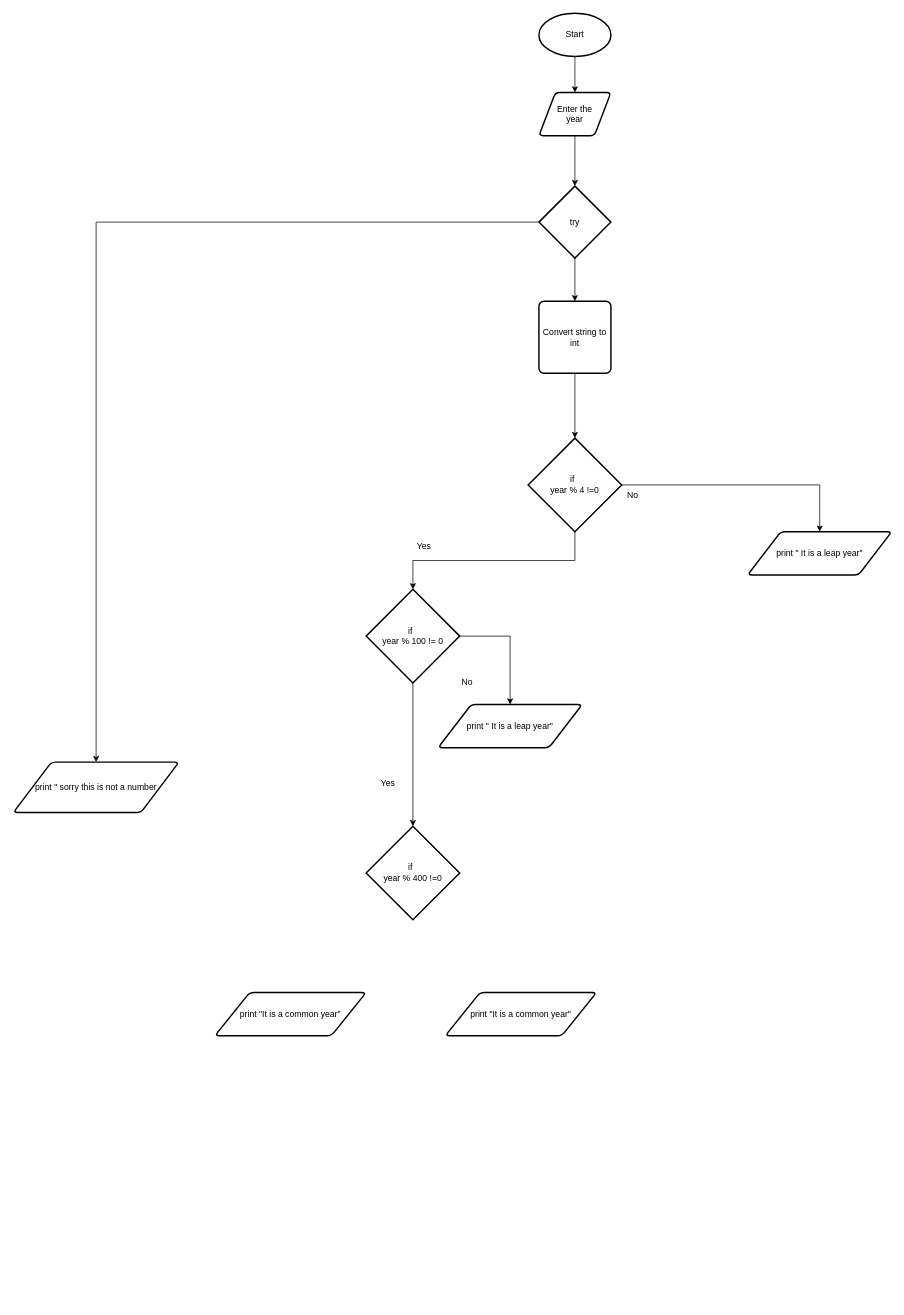
This is Flow-chart.drawio from huihangisaac-ho/ICS3U-Unit3-08-Python, a draw.io file, before an edit. Source tidied: cells renumbered, new cells numbered last; positions are measured from the earlier drawing's top-left corner, leaving out a move shared by most shapes. Both pictures are drawn from the tidied source at 72%, with x=0, y=0 at pixel (13, 13).
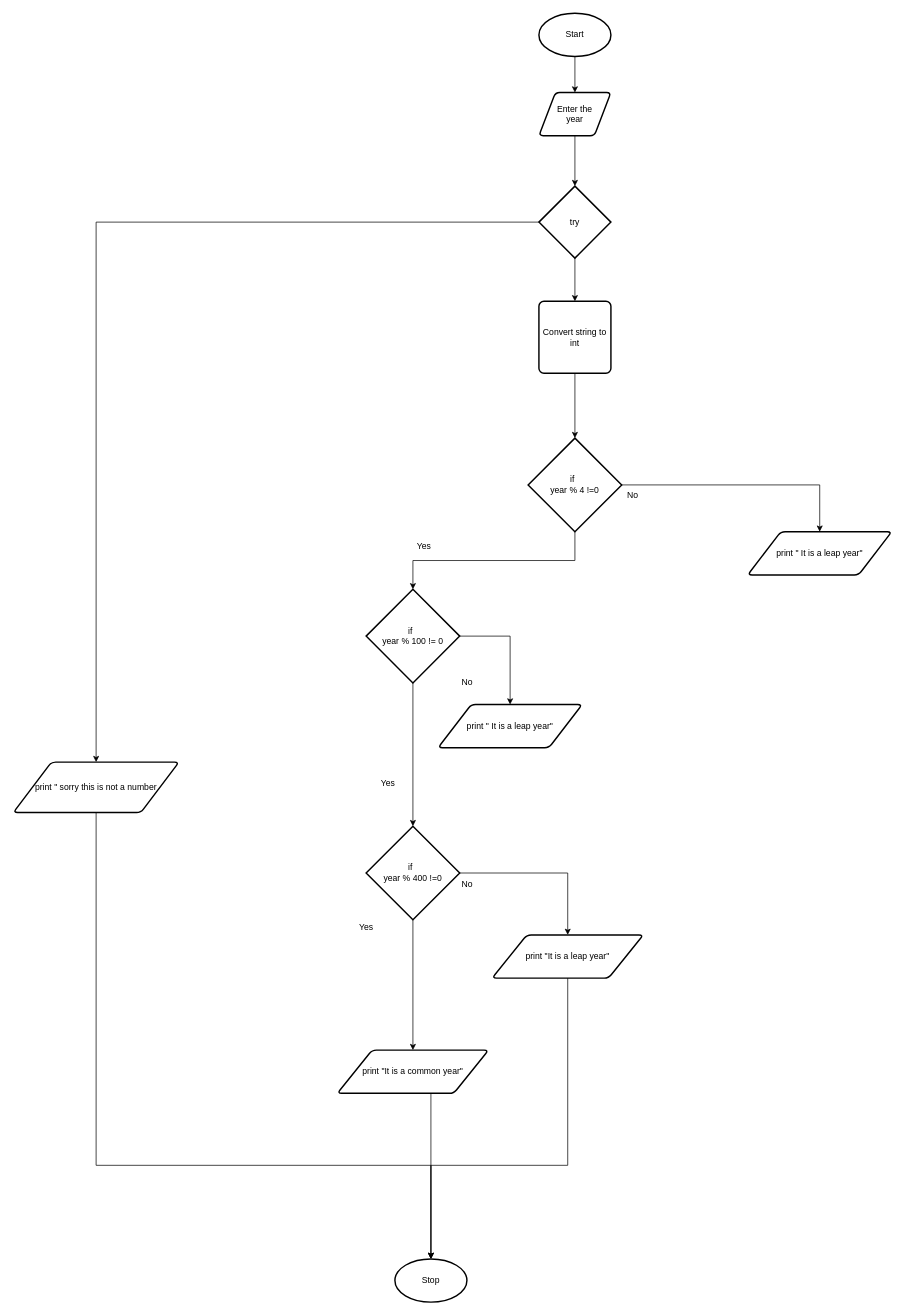
The same diagram, later.

Unchanged cells that the change refers to:
```xml
<mxCell id="17" value="if&amp;nbsp;&amp;nbsp;&lt;br&gt;year % 400 !=0" style="strokeWidth=2;html=1;shape=mxgraph.flowchart.decision;whiteSpace=wrap;" parent="1" vertex="1">
  <mxGeometry x="490" y="1129" width="130" height="130" as="geometry" />
</mxCell>
<mxCell id="19" value="print &quot; sorry this is not a number" style="shape=parallelogram;html=1;strokeWidth=2;perimeter=parallelogramPerimeter;whiteSpace=wrap;rounded=1;arcSize=12;size=0.23;" parent="1" vertex="1">
  <mxGeometry y="1040" width="230" height="70" as="geometry" />
</mxCell>
```

Change to the diagram source:
```diff
@@
+    <mxCell id="27" style="edgeStyle=orthogonalEdgeStyle;html=1;exitX=1;exitY=0.5;exitDx=0;exitDy=0;exitPerimeter=0;entryX=0.5;entryY=0;entryDx=0;entryDy=0;rounded=0;" parent="1" edge="1" source="17" target="26">
+      <mxGeometry relative="1" as="geometry" />
+    </mxCell>
+    <mxCell id="28" style="edgeStyle=orthogonalEdgeStyle;rounded=0;html=1;exitX=0.5;exitY=1;exitDx=0;exitDy=0;exitPerimeter=0;entryX=0.5;entryY=0;entryDx=0;entryDy=0;" parent="1" edge="1" source="17" target="25">
+      <mxGeometry relative="1" as="geometry" />
+    </mxCell>
@@
+    <mxCell id="29" style="edgeStyle=orthogonalEdgeStyle;rounded=0;html=1;exitX=0.5;exitY=1;exitDx=0;exitDy=0;entryX=0.5;entryY=0;entryDx=0;entryDy=0;entryPerimeter=0;" parent="1" edge="1" source="19" target="34">
+      <mxGeometry relative="1" as="geometry">
+        <Array as="points">
+          <mxPoint x="115" y="1600" />
+          <mxPoint x="580" y="1600" />
+        </Array>
+      </mxGeometry>
+    </mxCell>
@@
+    <mxCell id="30" style="edgeStyle=orthogonalEdgeStyle;rounded=0;html=1;exitX=0.5;exitY=1;exitDx=0;exitDy=0;entryX=0.5;entryY=0;entryDx=0;entryDy=0;entryPerimeter=0;" parent="1" edge="1" source="25" target="34">
+      <mxGeometry relative="1" as="geometry">
+        <Array as="points">
+          <mxPoint x="580" y="1500" />
+        </Array>
+      </mxGeometry>
+    </mxCell>
     <mxCell id="25" value="print &quot;It is a common year&quot;" style="shape=parallelogram;html=1;strokeWidth=2;perimeter=parallelogramPerimeter;whiteSpace=wrap;rounded=1;arcSize=12;size=0.23;" parent="1" vertex="1">
-      <mxGeometry x="280" y="1360" width="210" height="60" as="geometry" />
+      <mxGeometry x="450" y="1440" width="210" height="60" as="geometry" />
     </mxCell>
+    <mxCell id="31" style="edgeStyle=orthogonalEdgeStyle;rounded=0;html=1;exitX=0.5;exitY=1;exitDx=0;exitDy=0;" parent="1" edge="1" source="26" target="34">
+      <mxGeometry relative="1" as="geometry">
+        <Array as="points">
+          <mxPoint x="770" y="1600" />
+          <mxPoint x="580" y="1600" />
+        </Array>
+      </mxGeometry>
+    </mxCell>
-    <mxCell id="26" value="print &quot;It is a common year&quot;" style="shape=parallelogram;html=1;strokeWidth=2;perimeter=parallelogramPerimeter;whiteSpace=wrap;rounded=1;arcSize=12;size=0.23;" parent="1" vertex="1">
-      <mxGeometry x="600" y="1360" width="210" height="60" as="geometry" />
+    <mxCell id="26" value="print &quot;It is a leap&amp;nbsp;year&quot;" style="shape=parallelogram;html=1;strokeWidth=2;perimeter=parallelogramPerimeter;whiteSpace=wrap;rounded=1;arcSize=12;size=0.23;" parent="1" vertex="1">
+      <mxGeometry x="665" y="1280" width="210" height="60" as="geometry" />
     </mxCell>
+    <mxCell id="32" value="Yes" style="text;html=1;align=center;verticalAlign=middle;strokeColor=none;fillColor=none;" parent="1" vertex="1">
+      <mxGeometry x="470" y="1260" width="40" height="20" as="geometry" />
+    </mxCell>
+    <mxCell id="33" value="No" style="text;html=1;align=center;verticalAlign=middle;strokeColor=none;fillColor=none;" parent="1" vertex="1">
+      <mxGeometry x="615" y="1200" width="30" height="20" as="geometry" />
+    </mxCell>
+    <mxCell id="34" value="Stop" style="strokeWidth=2;html=1;shape=mxgraph.flowchart.start_1;whiteSpace=wrap;" parent="1" vertex="1">
+      <mxGeometry x="530" y="1730" width="100" height="60" as="geometry" />
+    </mxCell>
```
